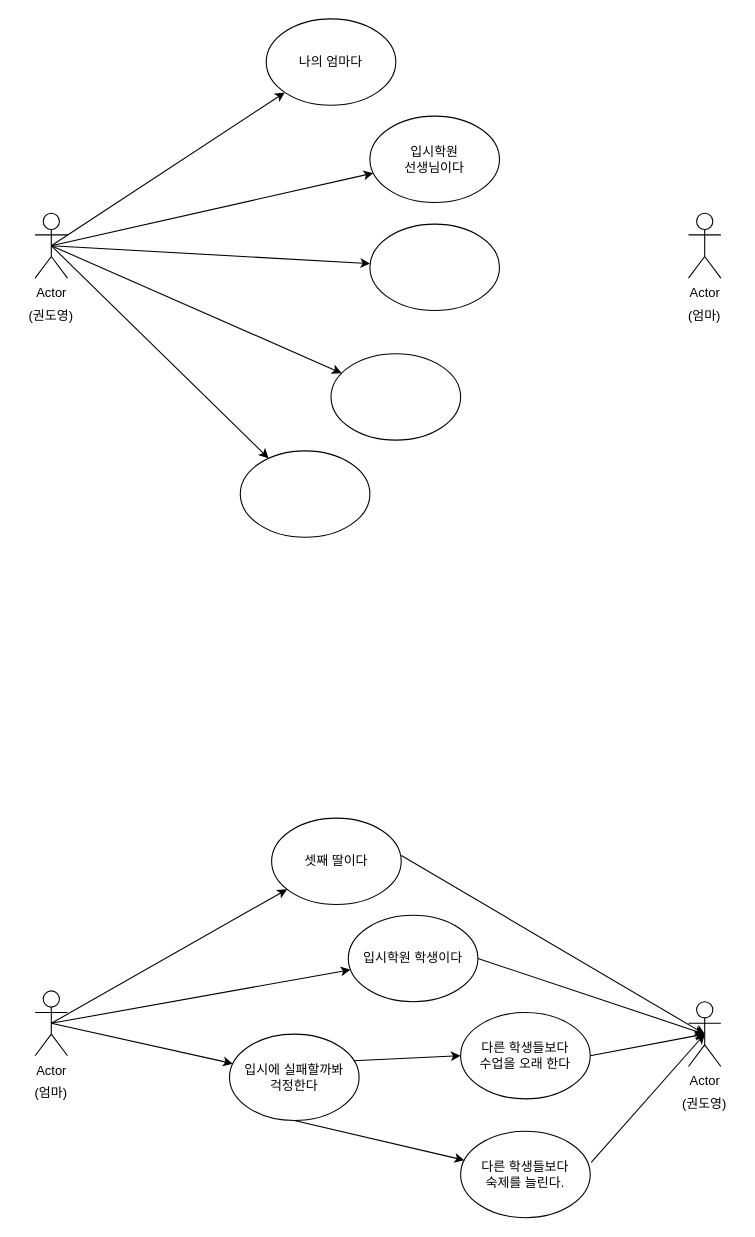
Above: 고등학교 입시 때의 엄마와 나의 관계 .drawio in doit0/usecase-diagram (draw.io), before the change. Source tidied: cells renumbered, new cells numbered last; positions are measured from the earlier drawing's top-left corner, leaving out a move shared by most shapes. Both pictures are drawn from the tidied source at 108%, with x=0, y=0 at pixel (18, 18).
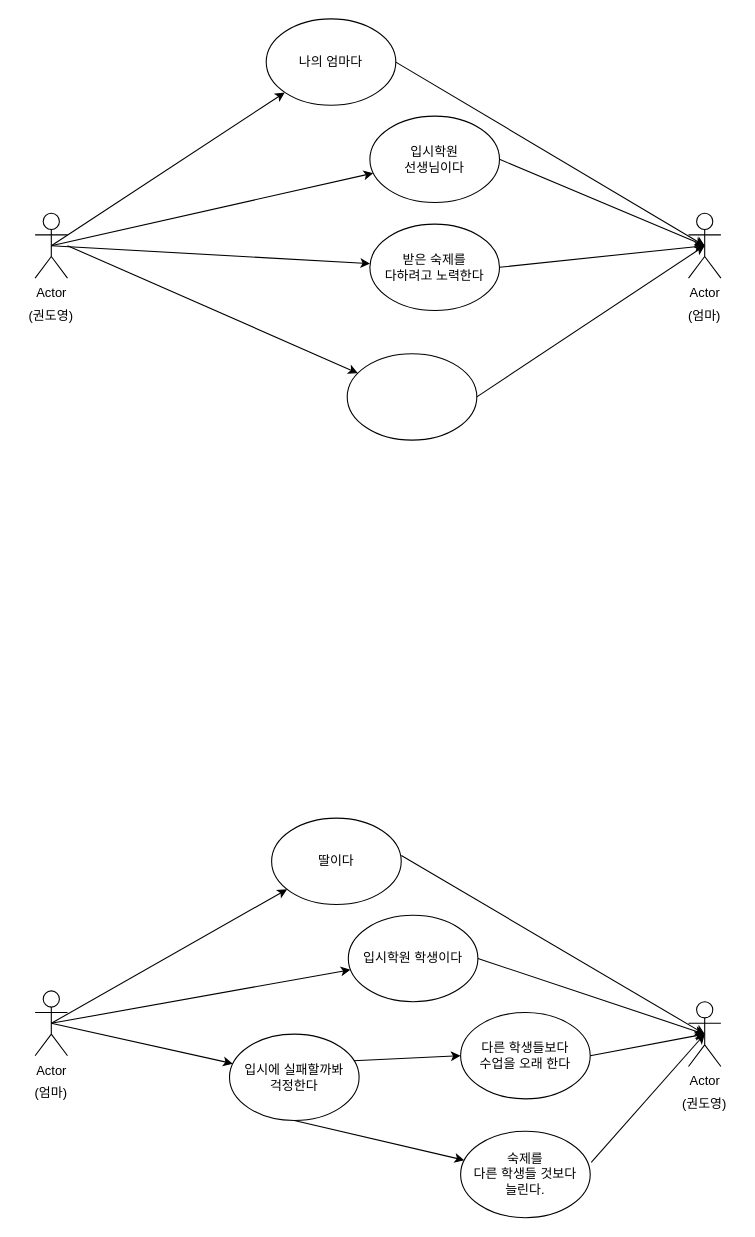
The same page after the edit.

Commit message:
고등학교 입시 때의 엄마와 나의 관계 .drawio 업데이트

Unchanged cells that the change refers to:
```xml
<mxCell id="2" value="Actor" style="shape=umlActor;verticalLabelPosition=bottom;verticalAlign=top;html=1;outlineConnect=0;" parent="1" vertex="1">
  <mxGeometry x="15" y="180" width="30" height="60" as="geometry" />
</mxCell>
<mxCell id="6" value="Actor" style="shape=umlActor;verticalLabelPosition=bottom;verticalAlign=top;html=1;outlineConnect=0;" parent="1" vertex="1">
  <mxGeometry x="620" y="180" width="30" height="60" as="geometry" />
</mxCell>
<mxCell id="11" value="나의 엄마다" style="ellipse;whiteSpace=wrap;html=1;" parent="1" vertex="1">
  <mxGeometry x="229" width="120" height="80" as="geometry" />
</mxCell>
<mxCell id="13" value="입시학원&lt;br&gt;선생님이다" style="ellipse;whiteSpace=wrap;html=1;" parent="1" vertex="1">
  <mxGeometry x="325" y="90" width="120" height="80" as="geometry" />
</mxCell>
```

Change to the diagram source:
```diff
@@
-    <mxCell id="15" style="ellipse;whiteSpace=wrap;html=1;" parent="1" vertex="1">
+    <mxCell id="15" value="받은 숙제를 &lt;br&gt;다하려고 노력한다" style="ellipse;whiteSpace=wrap;html=1;" parent="1" vertex="1">
       <mxGeometry x="325" y="190" width="120" height="80" as="geometry" />
     </mxCell>
-    <mxCell id="16" style="endArrow=classic;html=1;rounded=0;exitX=0.5;exitY=0.5;exitDx=0;exitDy=0;exitPerimeter=0;" parent="1" edge="1" source="2" target="17">
-      <mxGeometry relative="1" as="geometry" />
+    <mxCell id="16" style="endArrow=classic;html=1;rounded=0;exitX=0.5;exitY=0.5;exitDx=0;exitDy=0;exitPerimeter=0;" parent="1" edge="1" target="17">
+      <mxGeometry relative="1" as="geometry">
+        <mxPoint x="45" y="210" as="sourcePoint" />
+      </mxGeometry>
     </mxCell>
     <mxCell id="17" style="ellipse;whiteSpace=wrap;html=1;" parent="1" vertex="1">
-      <mxGeometry x="289" y="310" width="120" height="80" as="geometry" />
+      <mxGeometry x="304" y="310" width="120" height="80" as="geometry" />
     </mxCell>
-    <mxCell id="18" style="endArrow=classic;html=1;rounded=0;exitX=0.5;exitY=0.5;exitDx=0;exitDy=0;exitPerimeter=0;" parent="1" edge="1" source="2" target="19">
-      <mxGeometry relative="1" as="geometry" />
-    </mxCell>
-    <mxCell id="19" style="ellipse;whiteSpace=wrap;html=1;" parent="1" vertex="1">
-      <mxGeometry x="205" y="400" width="120" height="80" as="geometry" />
-    </mxCell>
@@
-    <mxCell id="21" value="셋째 딸이다" style="ellipse;whiteSpace=wrap;html=1;" parent="1" vertex="1">
+    <mxCell id="21" value="딸이다" style="ellipse;whiteSpace=wrap;html=1;" parent="1" vertex="1">
       <mxGeometry x="234" y="740" width="120" height="80" as="geometry" />
     </mxCell>
@@
-    <mxCell id="27" value="다른 학생들보다&lt;br&gt;숙제를 늘린다." style="ellipse;whiteSpace=wrap;html=1;" parent="1" vertex="1">
+    <mxCell id="27" value="숙제를&lt;br&gt;다른 학생들 것보다&lt;br&gt;늘린다." style="ellipse;whiteSpace=wrap;html=1;" parent="1" vertex="1">
       <mxGeometry x="409" y="1030" width="120" height="80" as="geometry" />
     </mxCell>
@@
+    <mxCell id="34" style="endArrow=classic;html=1;rounded=0;exitX=1;exitY=0.5;exitDx=0;exitDy=0;entryX=0.5;entryY=0.5;entryDx=0;entryDy=0;entryPerimeter=0;" parent="1" edge="1" source="11" target="6">
+      <mxGeometry relative="1" as="geometry" />
+    </mxCell>
+    <mxCell id="35" style="endArrow=classic;html=1;rounded=0;exitX=1;exitY=0.5;exitDx=0;exitDy=0;entryX=0.5;entryY=0.5;entryDx=0;entryDy=0;entryPerimeter=0;" parent="1" edge="1" source="13" target="6">
+      <mxGeometry relative="1" as="geometry" />
+    </mxCell>
+    <mxCell id="36" style="endArrow=classic;html=1;rounded=0;exitX=1;exitY=0.5;exitDx=0;exitDy=0;entryX=0.5;entryY=0.5;entryDx=0;entryDy=0;entryPerimeter=0;" parent="1" edge="1" source="15" target="6">
+      <mxGeometry relative="1" as="geometry" />
+    </mxCell>
+    <mxCell id="37" style="endArrow=classic;html=1;rounded=0;exitX=1;exitY=0.5;exitDx=0;exitDy=0;entryX=0.5;entryY=0.5;entryDx=0;entryDy=0;entryPerimeter=0;" parent="1" edge="1" source="17" target="6">
+      <mxGeometry relative="1" as="geometry" />
+    </mxCell>
```
